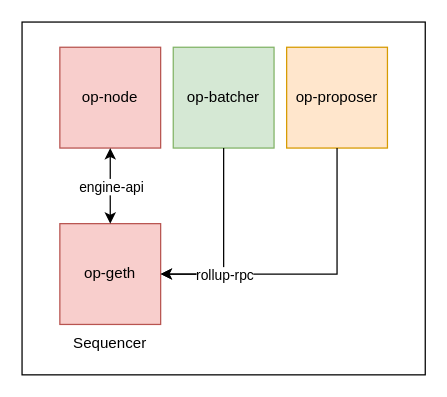
Before: docs/public-docs/public/img/builders/chain-operators/sequencer-node.drawio in arunjot12/mind-chain, a draw.io diagram. Source tidied: cells renumbered, new cells numbered last; positions are measured from the earlier drawing's top-left corner, leaving out a move shared by most shapes. Both pictures are drawn from the tidied source at 126%, with x=0, y=0 at pixel (21, 21).
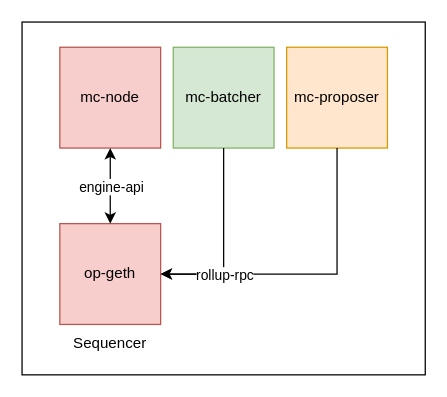
The same page after the edit.

Diff of the diagram source:
```diff
@@
 <mxGraphModel>
   <root>
     <mxCell id="0" />
     <mxCell id="1" parent="0" />
     <mxCell id="2" style="rounded=0;whiteSpace=wrap;html=1;" parent="1" vertex="1">
       <mxGeometry width="320" height="280" as="geometry" />
     </mxCell>
     <mxCell id="3" value="op-geth" style="whiteSpace=wrap;html=1;fillColor=#f8cecc;strokeColor=#b85450;" parent="1" vertex="1">
       <mxGeometry x="30" y="160" width="80" height="80" as="geometry" />
     </mxCell>
-    <mxCell id="4" value="op-node" style="whiteSpace=wrap;html=1;fillColor=#f8cecc;strokeColor=#b85450;" parent="1" vertex="1">
+    <mxCell id="4" value="mc-node" style="whiteSpace=wrap;html=1;fillColor=#f8cecc;strokeColor=#b85450;" parent="1" vertex="1">
       <mxGeometry x="30" y="20" width="80" height="80" as="geometry" />
     </mxCell>
     <mxCell id="5" style="endArrow=classic;startArrow=classic;html=1;rounded=0;entryX=0.5;entryY=1;entryDx=0;entryDy=0;exitX=0.5;exitY=0;exitDx=0;exitDy=0;" parent="1" edge="1" source="3" target="4">
       <mxGeometry relative="1" as="geometry" />
     </mxCell>
     <mxCell id="6" value="engine-api" style="edgeLabel;html=1;align=center;verticalAlign=middle;" parent="5" vertex="1">
       <mxGeometry x="-0.1" y="-1" relative="1" as="geometry">
         <mxPoint x="-1" y="-3" as="offset" />
       </mxGeometry>
     </mxCell>
-    <mxCell id="7" value="op-batcher" style="whiteSpace=wrap;html=1;fillColor=#d5e8d4;strokeColor=#82b366;" parent="1" vertex="1">
+    <mxCell id="7" value="mc-batcher" style="whiteSpace=wrap;html=1;fillColor=#d5e8d4;strokeColor=#82b366;" parent="1" vertex="1">
       <mxGeometry x="120" y="20" width="80" height="80" as="geometry" />
     </mxCell>
-    <mxCell id="8" value="op-proposer" style="whiteSpace=wrap;html=1;fillColor=#ffe6cc;strokeColor=#d79b00;" parent="1" vertex="1">
+    <mxCell id="8" value="mc-proposer" style="whiteSpace=wrap;html=1;fillColor=#ffe6cc;strokeColor=#d79b00;" parent="1" vertex="1">
       <mxGeometry x="210" y="20" width="80" height="80" as="geometry" />
     </mxCell>
     <mxCell id="9" value="Sequencer" style="text;html=1;strokeColor=none;fillColor=none;align=center;verticalAlign=middle;whiteSpace=wrap;rounded=0;" parent="1" vertex="1">
       <mxGeometry x="25" y="240" width="90" height="30" as="geometry" />
     </mxCell>
     <mxCell id="10" style="endArrow=classic;html=1;rounded=0;exitX=0.5;exitY=1;exitDx=0;exitDy=0;entryX=1;entryY=0.5;entryDx=0;entryDy=0;" parent="1" edge="1" source="7" target="3">
       <mxGeometry relative="1" as="geometry">
         <Array as="points">
           <mxPoint x="160" y="200" />
         </Array>
       </mxGeometry>
     </mxCell>
     <mxCell id="11" style="endArrow=classic;html=1;rounded=0;entryX=1;entryY=0.5;entryDx=0;entryDy=0;exitX=0.5;exitY=1;exitDx=0;exitDy=0;" parent="1" edge="1" source="8" target="3">
       <mxGeometry relative="1" as="geometry">
         <Array as="points">
           <mxPoint x="250" y="200" />
         </Array>
       </mxGeometry>
     </mxCell>
     <mxCell id="12" value="rollup-rpc" style="edgeLabel;html=1;align=center;verticalAlign=middle;" parent="11" vertex="1">
       <mxGeometry x="0.23" y="1" relative="1" as="geometry">
         <mxPoint x="-42" y="-1" as="offset" />
       </mxGeometry>
     </mxCell>
   </root>
 </mxGraphModel>
```
